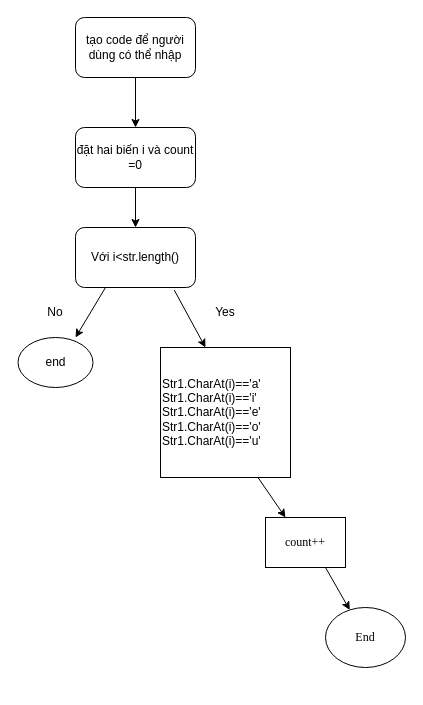
khanh8603/khanh8603 keeps this draw.io diagram as ex 1.drawio. Above is the earlier version. Source tidied: cells renumbered, new cells numbered last; positions are measured from the earlier drawing's top-left corner, leaving out a move shared by most shapes. Both pictures are drawn from the tidied source at 100%, with x=0, y=0 at pixel (17, 17).
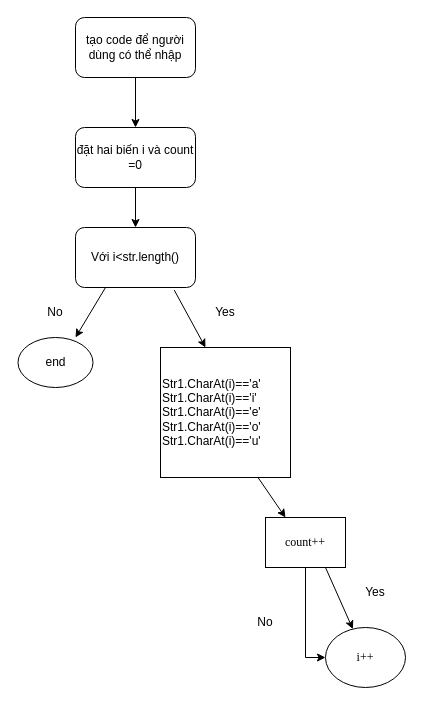
After the change.

Commit message (it also covers changes not shown here):
Cập nhật ex 1.drawio

The change refers to these unchanged cells:
```xml
<mxCell id="13" value="count++" style="rounded=0;whiteSpace=wrap;html=1;fontFamily=Times New Roman;" parent="1" vertex="1">
  <mxGeometry x="248" y="500" width="80" height="50" as="geometry" />
</mxCell>
```

Diff of the diagram source:
```diff
@@
-    <mxCell id="12" value="End" style="ellipse;whiteSpace=wrap;html=1;fontFamily=Times New Roman;" parent="1" vertex="1">
-      <mxGeometry x="308" y="590" width="80" height="60" as="geometry" />
+    <mxCell id="12" value="i++" style="ellipse;whiteSpace=wrap;html=1;fontFamily=Times New Roman;" parent="1" vertex="1">
+      <mxGeometry x="308" y="610" width="80" height="60" as="geometry" />
     </mxCell>
+    <mxCell id="17" style="edgeStyle=orthogonalEdgeStyle;rounded=0;jettySize=auto;html=1;entryX=0;entryY=0.5;entryDx=0;entryDy=0;" parent="1" edge="1" source="13" target="12">
+      <mxGeometry relative="1" as="geometry" />
+    </mxCell>
@@
+    <mxCell id="18" value="Yes&lt;br&gt;" style="text;html=1;strokeColor=none;fillColor=none;align=center;verticalAlign=middle;whiteSpace=wrap;rounded=0;" parent="1" vertex="1">
+      <mxGeometry x="328" y="560" width="60" height="30" as="geometry" />
+    </mxCell>
+    <mxCell id="19" value="No" style="text;html=1;strokeColor=none;fillColor=none;align=center;verticalAlign=middle;whiteSpace=wrap;rounded=0;" parent="1" vertex="1">
+      <mxGeometry x="218" y="590" width="60" height="30" as="geometry" />
+    </mxCell>
```
